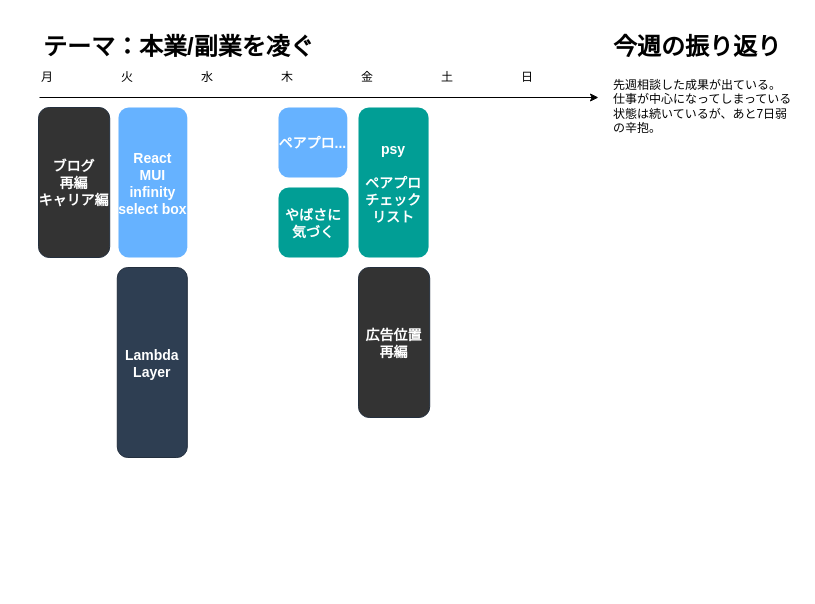
Before: page "202400916" (4 of 11) of life/life.drawio in minegishirei/draw_v1, a draw.io diagram. Source tidied: cells renumbered, new cells numbered last; positions are measured from the earlier drawing's top-left corner, leaving out a move shared by most shapes. Both pictures are drawn from the tidied source at 100%, with x=0, y=0 at pixel (17, 27).
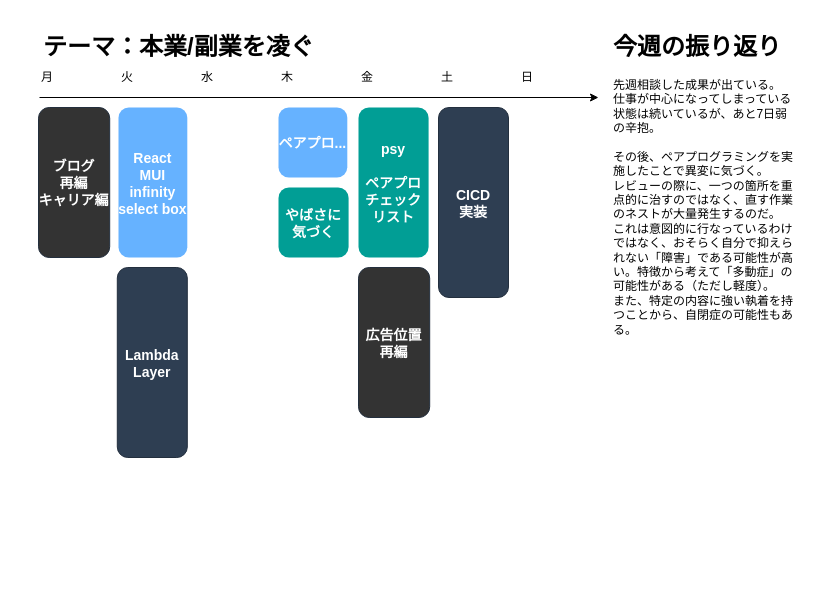
The same diagram, later.

Commit message:
life.drawio を更新します

The edit, as a diff of the source:
```diff
@@
-    <mxCell id="11" value="&lt;h1&gt;&lt;/h1&gt;&lt;h1 style=&quot;border-color: var(--border-color);&quot;&gt;今週の振り返り&lt;/h1&gt;&lt;div&gt;先週相談した成果が出ている。&lt;/div&gt;&lt;div&gt;仕事が中心になってしまっている状態は続いているが、あと7日弱の辛抱。&lt;/div&gt;&lt;div&gt;&lt;br&gt;&lt;/div&gt;" style="text;html=1;strokeColor=none;fillColor=none;spacing=5;spacingTop=-20;whiteSpace=wrap;overflow=hidden;rounded=0;shadow=0;" parent="1" vertex="1">
+    <mxCell id="11" value="&lt;h1&gt;&lt;/h1&gt;&lt;h1 style=&quot;border-color: var(--border-color);&quot;&gt;今週の振り返り&lt;/h1&gt;&lt;div&gt;先週相談した成果が出ている。&lt;/div&gt;&lt;div&gt;仕事が中心になってしまっている状態は続いているが、あと7日弱の辛抱。&lt;/div&gt;&lt;div&gt;&lt;br&gt;&lt;/div&gt;&lt;div&gt;その後、ペアプログラミングを実施したことで異変に気づく。&lt;/div&gt;&lt;div&gt;レビューの際に、一つの箇所を重点的に治すのではなく、直す作業のネストが大量発生するのだ。&lt;/div&gt;&lt;div&gt;これは意図的に行なっているわけではなく、おそらく自分で抑えられない「障害」である可能性が高い。特徴から考えて「多動症」の可能性がある（ただし軽度）。&lt;/div&gt;&lt;div&gt;また、特定の内容に強い執着を持つことから、自閉症の可能性もある。&lt;/div&gt;" style="text;html=1;strokeColor=none;fillColor=none;spacing=5;spacingTop=-20;whiteSpace=wrap;overflow=hidden;rounded=0;shadow=0;" parent="1" vertex="1">
       <mxGeometry x="591" width="190" height="560" as="geometry" />
     </mxCell>
@@
+    <mxCell id="19" value="CICD&#10;実装" style="rounded=1;fillColor=#2E3E52;strokeColor=#232F3E;shadow=0;gradientColor=none;fontStyle=1;fontColor=#FFFFFF;fontSize=14;" parent="1" vertex="1">
+      <mxGeometry x="421" y="80" width="70" height="190" as="geometry" />
+    </mxCell>
```
